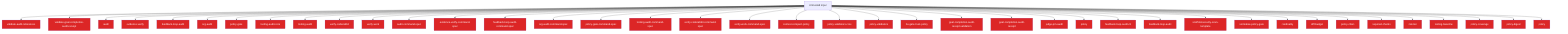
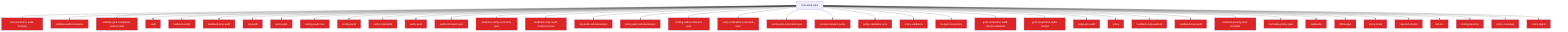
flowchart TD
  Untrusted["Untrusted input"]
+   check_harness_audit_tracking_33e6a72e["check-harness-audit-tracking"]
+   Untrusted --> check_harness_audit_tracking_33e6a72e
  validate_audit_references_811f872a["validate-audit-references"]
  Untrusted --> validate_audit_references_811f872a
  validate_goal_completion_audit_receipt_100d252c["validate-goal-completion-audit-receipt"]
  Untrusted --> validate_goal_completion_audit_receipt_100d252c
  audit_b81f37a0["audit"]
  Untrusted --> audit_b81f37a0
  evidence_verify_3b73c290["evidence-verify"]
  Untrusted --> evidence_verify_3b73c290
  feedback_loop_audit_0ac0ec9d["feedback-loop-audit"]
  Untrusted --> feedback_loop_audit_0ac0ec9d
  org_audit_d739e44b["org-audit"]
  Untrusted --> org_audit_d739e44b
  policy_gate_213f7313["policy-gate"]
  Untrusted --> policy_gate_213f7313
  tooling_audit_core_328d6a41["tooling-audit-core"]
  Untrusted --> tooling_audit_core_328d6a41
  tooling_audit_8a8239ff["tooling-audit"]
  Untrusted --> tooling_audit_8a8239ff
  verify_coderabbit_490b4e71["verify-coderabbit"]
  Untrusted --> verify_coderabbit_490b4e71
  verify_work_df70ecac["verify-work"]
  Untrusted --> verify_work_df70ecac
  audit_command_spec_5acf0149["audit-command-spec"]
  Untrusted --> audit_command_spec_5acf0149
  evidence_verify_command_spec_e1cbfea2["evidence-verify-command-spec"]
  Untrusted --> evidence_verify_command_spec_e1cbfea2
  feedback_loop_audit_command_spec_27e599c4["feedback-loop-audit-command-spec"]
  Untrusted --> feedback_loop_audit_command_spec_27e599c4
  org_audit_command_spec_1a570341["org-audit-command-spec"]
  Untrusted --> org_audit_command_spec_1a570341
  policy_gate_command_spec_71e8726a["policy-gate-command-spec"]
  Untrusted --> policy_gate_command_spec_71e8726a
  tooling_audit_command_spec_e0e57863["tooling-audit-command-spec"]
  Untrusted --> tooling_audit_command_spec_e0e57863
  verify_coderabbit_command_spec_68cc9ec5["verify-coderabbit-command-spec"]
  Untrusted --> verify_coderabbit_command_spec_68cc9ec5
  verify_work_command_spec_d6c94ac8["verify-work-command-spec"]
  Untrusted --> verify_work_command_spec_d6c94ac8
  context_compact_policy_3dcaf95d["context-compact-policy"]
  Untrusted --> context_compact_policy_3dcaf95d
  policy_validators_core_714a3fe7["policy-validators-core"]
  Untrusted --> policy_validators_core_714a3fe7
  policy_validators_6682e192["policy-validators"]
  Untrusted --> policy_validators_6682e192
  he_gate_trust_policy_b1126dfd["he-gate-trust-policy"]
  Untrusted --> he_gate_trust_policy_b1126dfd
  goal_completion_audit_receipt_validation_9d0f4891["goal-completion-audit-receipt-validation"]
  Untrusted --> goal_completion_audit_receipt_validation_9d0f4891
  goal_completion_audit_receipt_5e4939c3["goal-completion-audit-receipt"]
  Untrusted --> goal_completion_audit_receipt_5e4939c3
  judge_pm_audit_ccd20b35["judge-pm-audit"]
  Untrusted --> judge_pm_audit_ccd20b35
  policy_823412d1["policy"]
  Untrusted --> policy_823412d1
  feedback_loop_audit_cli_fd8f38dc["feedback-loop-audit-cli"]
  Untrusted --> feedback_loop_audit_cli_fd8f38dc
  feedback_loop_audit_1_c7be4304["feedback-loop-audit"]
  Untrusted --> feedback_loop_audit_1_c7be4304
  scaffold_security_scan_template_55bc7465["scaffold-security-scan-template"]
  Untrusted --> scaffold_security_scan_template_55bc7465
  normalise_policy_gate_90229693["normalise-policy-gate"]
  Untrusted --> normalise_policy_gate_90229693
  cardinality_ebef8aff["cardinality"]
  Untrusted --> cardinality_ebef8aff
  diff_budget_1_9f85eb1c["diff-budget"]
  Untrusted --> diff_budget_1_9f85eb1c
  policy_chain_0c92e343["policy-chain"]
  Untrusted --> policy_chain_0c92e343
  required_checks_46396214["required-checks"]
  Untrusted --> required_checks_46396214
  risk_tier_1_96b6ff91["risk-tier"]
  Untrusted --> risk_tier_1_96b6ff91
  tooling_baseline_50ab2eeb["tooling-baseline"]
  Untrusted --> tooling_baseline_50ab2eeb
  policy_coverage_dab8febe["policy-coverage"]
  Untrusted --> policy_coverage_dab8febe
  policy_digest_ca7acf0a["policy-digest"]
  Untrusted --> policy_digest_ca7acf0a
-   policy_1_fc4198db["policy"]
-   Untrusted --> policy_1_fc4198db
  classDef securityNode fill:#dc2626,color:#fff
-   class validate_audit_references_811f872a,validate_goal_completion_audit_receipt_100d252c,audit_b81f37a0,evidence_verify_3b73c290,feedback_loop_audit_0ac0ec9d,org_audit_d739e44b,policy_gate_213f7313,tooling_audit_core_328d6a41,tooling_audit_8a8239ff,verify_coderabbit_490b4e71,verify_work_df70ecac,audit_command_spec_5acf0149,evidence_verify_command_spec_e1cbfea2,feedback_loop_audit_command_spec_27e599c4,org_audit_command_spec_1a570341,policy_gate_command_spec_71e8726a,tooling_audit_command_spec_e0e57863,verify_coderabbit_command_spec_68cc9ec5,verify_work_command_spec_d6c94ac8,context_compact_policy_3dcaf95d,policy_validators_core_714a3fe7,policy_validators_6682e192,he_gate_trust_policy_b1126dfd,goal_completion_audit_receipt_validation_9d0f4891,goal_completion_audit_receipt_5e4939c3,judge_pm_audit_ccd20b35,policy_823412d1,feedback_loop_audit_cli_fd8f38dc,feedback_loop_audit_1_c7be4304,scaffold_security_scan_template_55bc7465,normalise_policy_gate_90229693,cardinality_ebef8aff,diff_budget_1_9f85eb1c,policy_chain_0c92e343,required_checks_46396214,risk_tier_1_96b6ff91,tooling_baseline_50ab2eeb,policy_coverage_dab8febe,policy_digest_ca7acf0a,policy_1_fc4198db securityNode
+   class check_harness_audit_tracking_33e6a72e,validate_audit_references_811f872a,validate_goal_completion_audit_receipt_100d252c,audit_b81f37a0,evidence_verify_3b73c290,feedback_loop_audit_0ac0ec9d,org_audit_d739e44b,policy_gate_213f7313,tooling_audit_core_328d6a41,tooling_audit_8a8239ff,verify_coderabbit_490b4e71,verify_work_df70ecac,audit_command_spec_5acf0149,evidence_verify_command_spec_e1cbfea2,feedback_loop_audit_command_spec_27e599c4,org_audit_command_spec_1a570341,policy_gate_command_spec_71e8726a,tooling_audit_command_spec_e0e57863,verify_coderabbit_command_spec_68cc9ec5,verify_work_command_spec_d6c94ac8,context_compact_policy_3dcaf95d,policy_validators_core_714a3fe7,policy_validators_6682e192,he_gate_trust_policy_b1126dfd,goal_completion_audit_receipt_validation_9d0f4891,goal_completion_audit_receipt_5e4939c3,judge_pm_audit_ccd20b35,policy_823412d1,feedback_loop_audit_cli_fd8f38dc,feedback_loop_audit_1_c7be4304,scaffold_security_scan_template_55bc7465,normalise_policy_gate_90229693,cardinality_ebef8aff,diff_budget_1_9f85eb1c,policy_chain_0c92e343,required_checks_46396214,risk_tier_1_96b6ff91,tooling_baseline_50ab2eeb,policy_coverage_dab8febe,policy_digest_ca7acf0a securityNode
